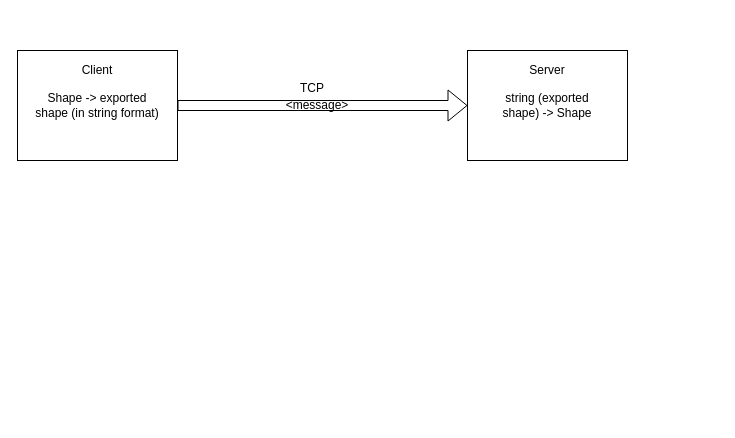
Before: TCP_diagram.drawio in DogtorWho/L3S6_Shapes-Manipulation, a draw.io diagram. Source tidied: cells renumbered, new cells numbered last; positions are measured from the earlier drawing's top-left corner, leaving out a move shared by most shapes. Both pictures are drawn from the tidied source at 100%, with x=0, y=0 at pixel (17, 50).
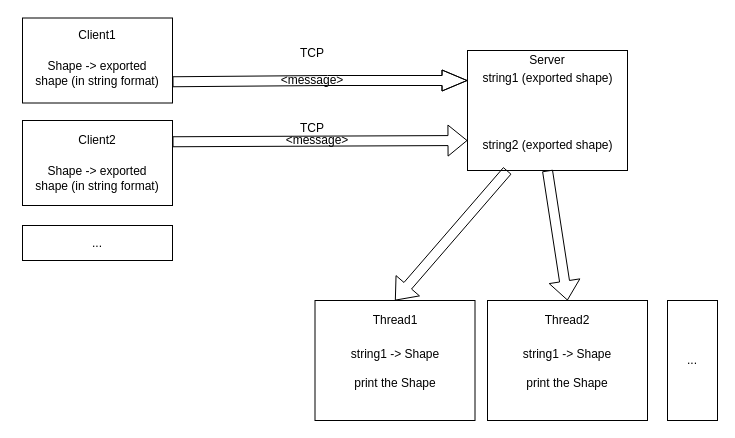
After the change.

Diff of the diagram source:
```diff
@@
     <mxCell id="2" style="rounded=0;whiteSpace=wrap;html=1;" parent="1" vertex="1">
-      <mxGeometry width="160" height="110" as="geometry" />
+      <mxGeometry x="5" y="-32.5" width="150" height="85" as="geometry" />
     </mxCell>
-    <mxCell id="3" value="Client" style="text;html=1;strokeColor=none;fillColor=none;align=center;verticalAlign=middle;whiteSpace=wrap;rounded=0;" parent="1" vertex="1">
-      <mxGeometry x="60" y="10" width="40" height="20" as="geometry" />
+    <mxCell id="3" value="Client1" style="text;html=1;strokeColor=none;fillColor=none;align=center;verticalAlign=middle;whiteSpace=wrap;rounded=0;" parent="1" vertex="1">
+      <mxGeometry x="60" y="-25" width="40" height="20" as="geometry" />
     </mxCell>
     <mxCell id="4" style="rounded=0;whiteSpace=wrap;html=1;" parent="1" vertex="1">
-      <mxGeometry x="450" width="160" height="110" as="geometry" />
+      <mxGeometry x="450" width="160" height="120" as="geometry" />
     </mxCell>
     <mxCell id="5" value="Server" style="text;html=1;strokeColor=none;fillColor=none;align=center;verticalAlign=middle;whiteSpace=wrap;rounded=0;" parent="1" vertex="1">
-      <mxGeometry x="510" y="10" width="40" height="20" as="geometry" />
+      <mxGeometry x="510" width="40" height="20" as="geometry" />
     </mxCell>
-    <mxCell id="6" style="shape=flexArrow;endArrow=classic;html=1;exitX=1;exitY=0.5;exitDx=0;exitDy=0;entryX=0;entryY=0.5;entryDx=0;entryDy=0;" parent="1" edge="1" source="2" target="4">
-      <mxGeometry relative="1" as="geometry" />
+    <mxCell id="6" style="shape=flexArrow;endArrow=classic;html=1;exitX=1;exitY=0.75;exitDx=0;exitDy=0;entryX=0;entryY=0.25;entryDx=0;entryDy=0;endWidth=10;endSize=7.99;" parent="1" edge="1" source="2" target="4">
+      <mxGeometry relative="1" as="geometry">
+        <Array as="points">
+          <mxPoint x="310" y="30" />
+        </Array>
+      </mxGeometry>
     </mxCell>
     <mxCell id="7" value="TCP" style="text;html=1;strokeColor=none;fillColor=none;align=center;verticalAlign=middle;whiteSpace=wrap;rounded=0;" parent="1" vertex="1">
-      <mxGeometry x="280" y="30" width="30" height="15" as="geometry" />
+      <mxGeometry x="280" y="-5" width="30" height="15" as="geometry" />
     </mxCell>
     <mxCell id="8" value="&amp;lt;message&amp;gt;" style="text;html=1;strokeColor=none;fillColor=none;align=center;verticalAlign=middle;whiteSpace=wrap;rounded=0;" parent="1" vertex="1">
-      <mxGeometry x="280" y="45" width="40" height="20" as="geometry" />
+      <mxGeometry x="275" y="20" width="40" height="20" as="geometry" />
     </mxCell>
     <mxCell id="9" value="Shape -&amp;gt; exported shape (in string format)" style="text;html=1;strokeColor=none;fillColor=none;align=center;verticalAlign=middle;whiteSpace=wrap;rounded=0;" parent="1" vertex="1">
-      <mxGeometry x="15" y="45" width="130" height="20" as="geometry" />
+      <mxGeometry x="15" y="5" width="130" height="35" as="geometry" />
     </mxCell>
-    <mxCell id="10" value="string (exported shape) -&amp;gt; Shape" style="text;html=1;strokeColor=none;fillColor=none;align=center;verticalAlign=middle;whiteSpace=wrap;rounded=0;" parent="1" vertex="1">
-      <mxGeometry x="480" y="45" width="100" height="20" as="geometry" />
+    <mxCell id="10" value="string1 (exported shape)" style="text;html=1;strokeColor=none;fillColor=none;align=center;verticalAlign=middle;whiteSpace=wrap;rounded=0;" parent="1" vertex="1">
+      <mxGeometry x="457.5" y="17.5" width="145" height="20" as="geometry" />
     </mxCell>
+    <mxCell id="11" style="rounded=0;whiteSpace=wrap;html=1;" parent="1" vertex="1">
+      <mxGeometry x="297.5" y="250" width="160" height="120" as="geometry" />
+    </mxCell>
+    <mxCell id="12" value="Thread1" style="text;html=1;strokeColor=none;fillColor=none;align=center;verticalAlign=middle;whiteSpace=wrap;rounded=0;" parent="1" vertex="1">
+      <mxGeometry x="357.5" y="260" width="40" height="20" as="geometry" />
+    </mxCell>
+    <mxCell id="13" value="&lt;div&gt;string1 -&amp;gt; Shape&lt;/div&gt;&lt;div&gt;&lt;br&gt;&lt;/div&gt;&lt;div&gt;print the Shape&lt;br&gt;&lt;/div&gt;" style="text;html=1;strokeColor=none;fillColor=none;align=center;verticalAlign=middle;whiteSpace=wrap;rounded=0;" parent="1" vertex="1">
+      <mxGeometry x="327.5" y="295" width="100" height="45" as="geometry" />
+    </mxCell>
+    <mxCell id="14" style="rounded=0;whiteSpace=wrap;html=1;" parent="1" vertex="1">
+      <mxGeometry x="5" y="70" width="150" height="85" as="geometry" />
+    </mxCell>
+    <mxCell id="15" value="Client2" style="text;html=1;strokeColor=none;fillColor=none;align=center;verticalAlign=middle;whiteSpace=wrap;rounded=0;" parent="1" vertex="1">
+      <mxGeometry x="60" y="80" width="40" height="20" as="geometry" />
+    </mxCell>
+    <mxCell id="16" style="shape=flexArrow;endArrow=classic;html=1;exitX=1;exitY=0.25;exitDx=0;exitDy=0;entryX=0;entryY=0.75;entryDx=0;entryDy=0;" parent="1" edge="1" source="14" target="4">
+      <mxGeometry relative="1" as="geometry" />
+    </mxCell>
+    <mxCell id="17" value="TCP" style="text;html=1;strokeColor=none;fillColor=none;align=center;verticalAlign=middle;whiteSpace=wrap;rounded=0;" parent="1" vertex="1">
+      <mxGeometry x="280" y="70" width="30" height="15" as="geometry" />
+    </mxCell>
+    <mxCell id="18" value="&amp;lt;message&amp;gt;" style="text;html=1;strokeColor=none;fillColor=none;align=center;verticalAlign=middle;whiteSpace=wrap;rounded=0;" parent="1" vertex="1">
+      <mxGeometry x="280" y="80" width="40" height="20" as="geometry" />
+    </mxCell>
+    <mxCell id="19" value="Shape -&amp;gt; exported shape (in string format)" style="text;html=1;strokeColor=none;fillColor=none;align=center;verticalAlign=middle;whiteSpace=wrap;rounded=0;" parent="1" vertex="1">
+      <mxGeometry x="15" y="110" width="130" height="35" as="geometry" />
+    </mxCell>
+    <mxCell id="20" value="string2 (exported shape)" style="text;html=1;strokeColor=none;fillColor=none;align=center;verticalAlign=middle;whiteSpace=wrap;rounded=0;" parent="1" vertex="1">
+      <mxGeometry x="457.5" y="85" width="145" height="20" as="geometry" />
+    </mxCell>
+    <mxCell id="21" style="shape=flexArrow;endArrow=classic;html=1;rounded=0;exitX=0.25;exitY=1;exitDx=0;exitDy=0;entryX=0.5;entryY=0;entryDx=0;entryDy=0;" parent="1" edge="1" source="4" target="11">
+      <mxGeometry relative="1" as="geometry" />
+    </mxCell>
+    <mxCell id="22" style="rounded=0;whiteSpace=wrap;html=1;" parent="1" vertex="1">
+      <mxGeometry x="470" y="250" width="160" height="120" as="geometry" />
+    </mxCell>
+    <mxCell id="23" value="Thread2" style="text;html=1;strokeColor=none;fillColor=none;align=center;verticalAlign=middle;whiteSpace=wrap;rounded=0;" parent="1" vertex="1">
+      <mxGeometry x="530" y="260" width="40" height="20" as="geometry" />
+    </mxCell>
+    <mxCell id="24" value="&lt;div&gt;string1 -&amp;gt; Shape&lt;/div&gt;&lt;div&gt;&lt;br&gt;&lt;/div&gt;&lt;div&gt;print the Shape&lt;br&gt;&lt;/div&gt;" style="text;html=1;strokeColor=none;fillColor=none;align=center;verticalAlign=middle;whiteSpace=wrap;rounded=0;" parent="1" vertex="1">
+      <mxGeometry x="500" y="295" width="100" height="45" as="geometry" />
+    </mxCell>
+    <mxCell id="25" style="rounded=0;whiteSpace=wrap;html=1;" parent="1" vertex="1">
+      <mxGeometry x="650" y="250" width="50" height="120" as="geometry" />
+    </mxCell>
+    <mxCell id="26" value="..." style="text;html=1;strokeColor=none;fillColor=none;align=center;verticalAlign=middle;whiteSpace=wrap;rounded=0;" parent="1" vertex="1">
+      <mxGeometry x="655" y="300" width="40" height="20" as="geometry" />
+    </mxCell>
+    <mxCell id="27" style="rounded=0;whiteSpace=wrap;html=1;" parent="1" vertex="1">
+      <mxGeometry x="5" y="175" width="150" height="35" as="geometry" />
+    </mxCell>
+    <mxCell id="28" value="..." style="text;html=1;strokeColor=none;fillColor=none;align=center;verticalAlign=middle;whiteSpace=wrap;rounded=0;" parent="1" vertex="1">
+      <mxGeometry x="60" y="182.5" width="40" height="20" as="geometry" />
+    </mxCell>
+    <mxCell id="29" style="shape=flexArrow;endArrow=classic;html=1;rounded=0;exitX=0.5;exitY=1;exitDx=0;exitDy=0;entryX=0.5;entryY=0;entryDx=0;entryDy=0;" parent="1" edge="1" source="4" target="22">
+      <mxGeometry relative="1" as="geometry" />
+    </mxCell>
```
